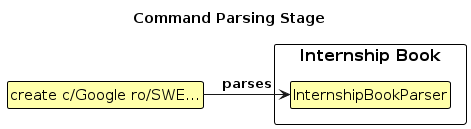
This is diagrams/CreateCommandParse.png from AY2324S1-CS2103T-W17-1/tp, a PlantUML export, as it was before one commit. Its source is kept beside it as diagrams/CreateCommandParse.puml.
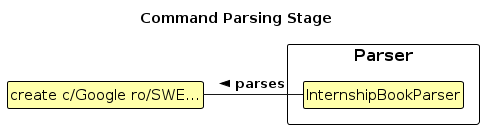
Above is the later version.

What changed in the source:
```diff
@@ -6,7 +6,7 @@
 
 title Command Parsing Stage
 
-package "Internship Book" {
+package "Parser" {
     class InternshipBookParser as "InternshipBookParser"
 }
 
@@ -14,6 +14,6 @@
 
 class UserInput as "create c/Google ro/SWE..."
 
-UserInput -right-> InternshipBookParser : parses
+UserInput - InternshipBookParser : < parses
 
 @enduml
```
